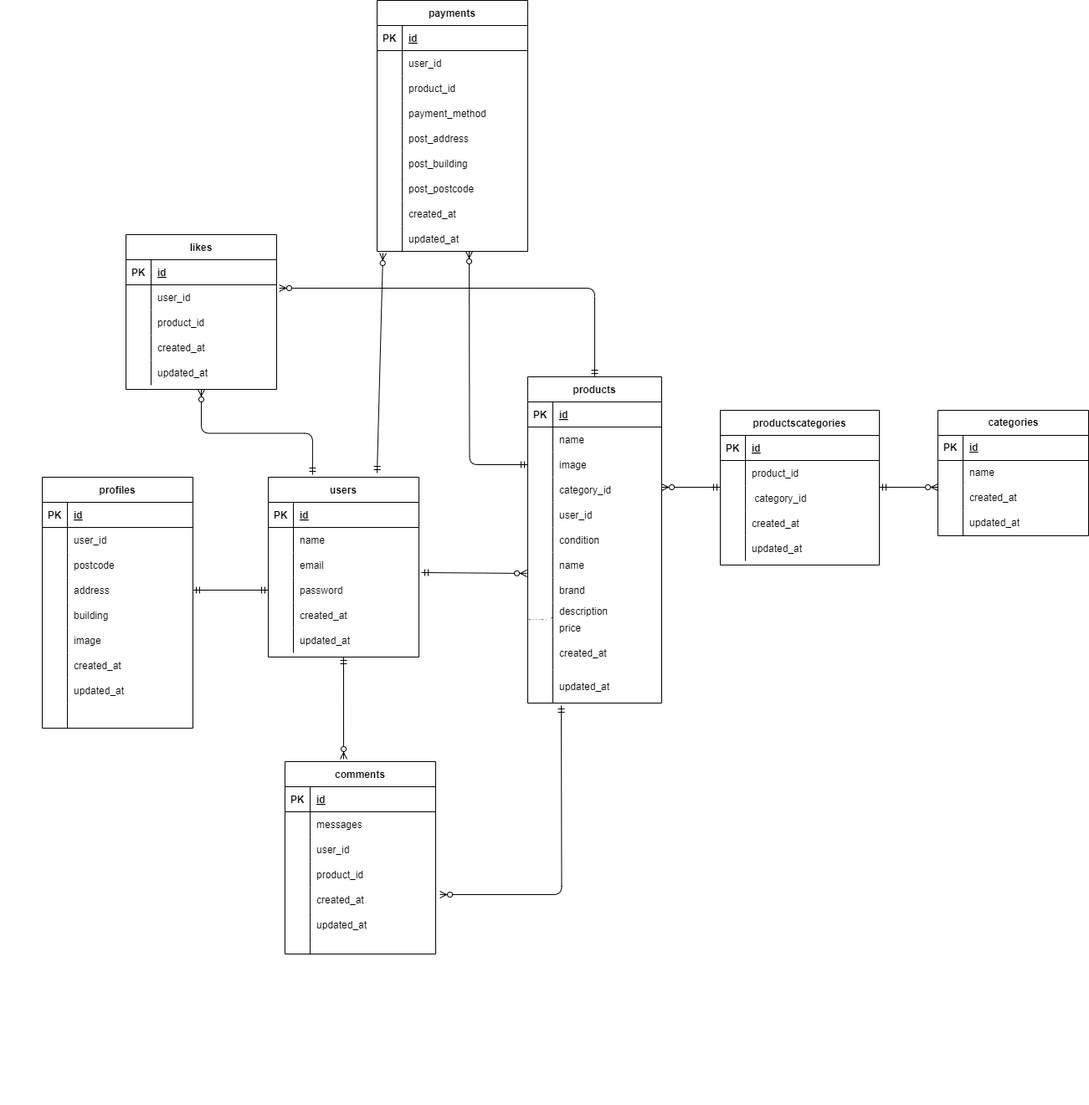
This is .png from momoca-13/furima, a draw.io export, as it was before one commit. Source tidied: cells renumbered, new cells last; positions are measured from the earlier drawing's top-left corner, leaving out a move shared by most shapes.
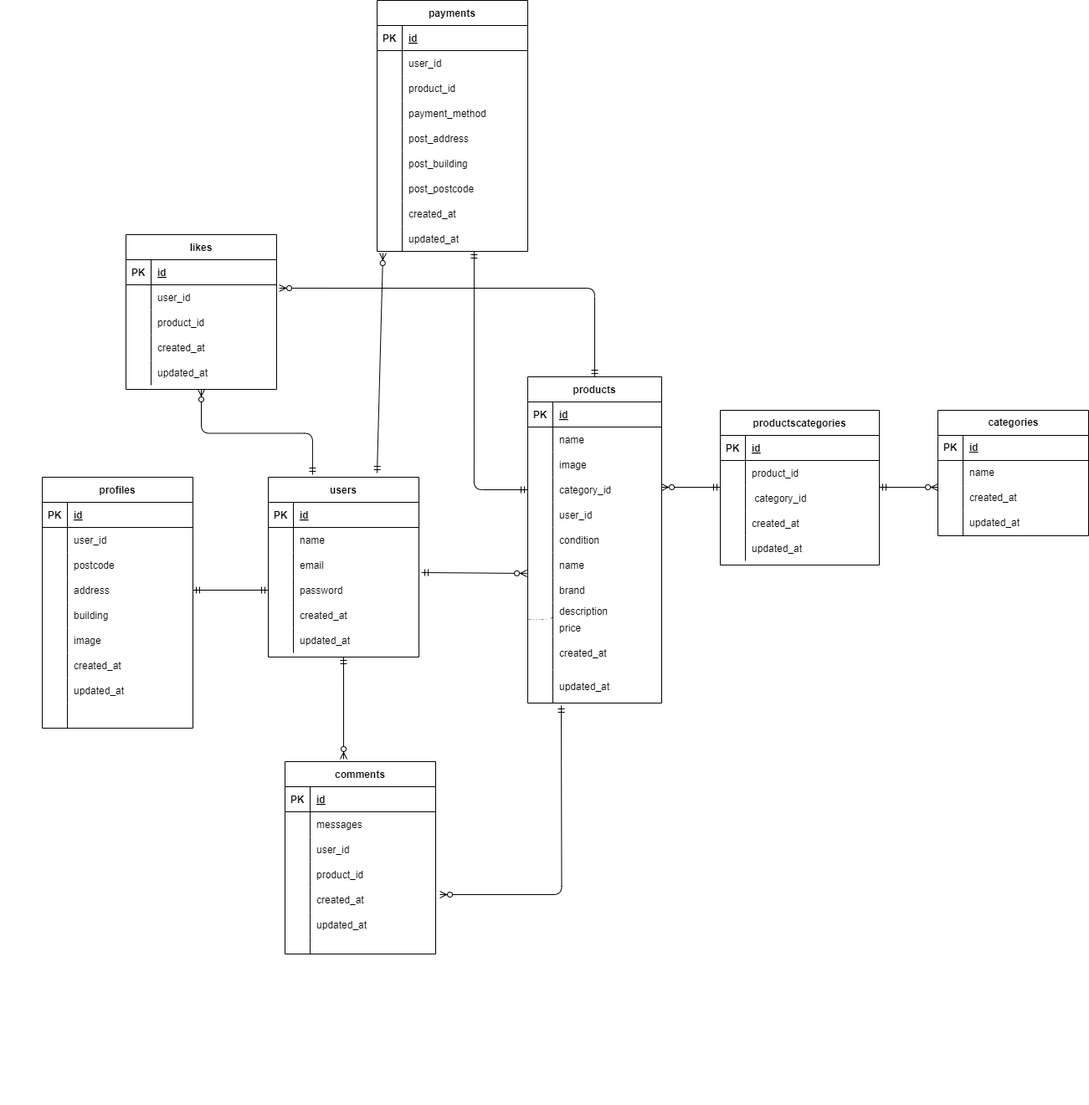
The same diagram one commit later.

Change to the diagram source:
```diff
@@ -583,15 +583,13 @@
         <mxPoint x="1120" y="582" as="targetPoint" />
       </mxGeometry>
     </mxCell>
-    <mxCell id="193" style="fontSize=12;html=1;endArrow=ERzeroToMany;startArrow=ERmandOne;edgeStyle=orthogonalEdgeStyle;exitX=0;exitY=0.5;exitDx=0;exitDy=0;" parent="1" edge="1" source="53">
-      <mxGeometry relative="1" as="geometry">
-        <mxPoint x="560" y="300" as="targetPoint" />
-      </mxGeometry>
-    </mxCell>
     <mxCell id="194" style="fontSize=12;html=1;endArrow=ERzeroToMany;startArrow=ERmandOne;entryX=0.039;entryY=1.067;entryDx=0;entryDy=0;entryPerimeter=0;" parent="1" edge="1" target="165">
       <mxGeometry relative="1" as="geometry">
         <mxPoint x="450" y="565" as="sourcePoint" />
       </mxGeometry>
     </mxCell>
+    <mxCell id="195" style="edgeStyle=orthogonalEdgeStyle;fontSize=12;html=1;endArrow=ERmandOne;startArrow=ERmandOne;entryX=0.644;entryY=1;entryDx=0;entryDy=0;entryPerimeter=0;exitX=0;exitY=0.5;exitDx=0;exitDy=0;" parent="1" edge="1" source="56" target="165">
+      <mxGeometry relative="1" as="geometry" />
+    </mxCell>
   </root>
 </mxGraphModel>
```
